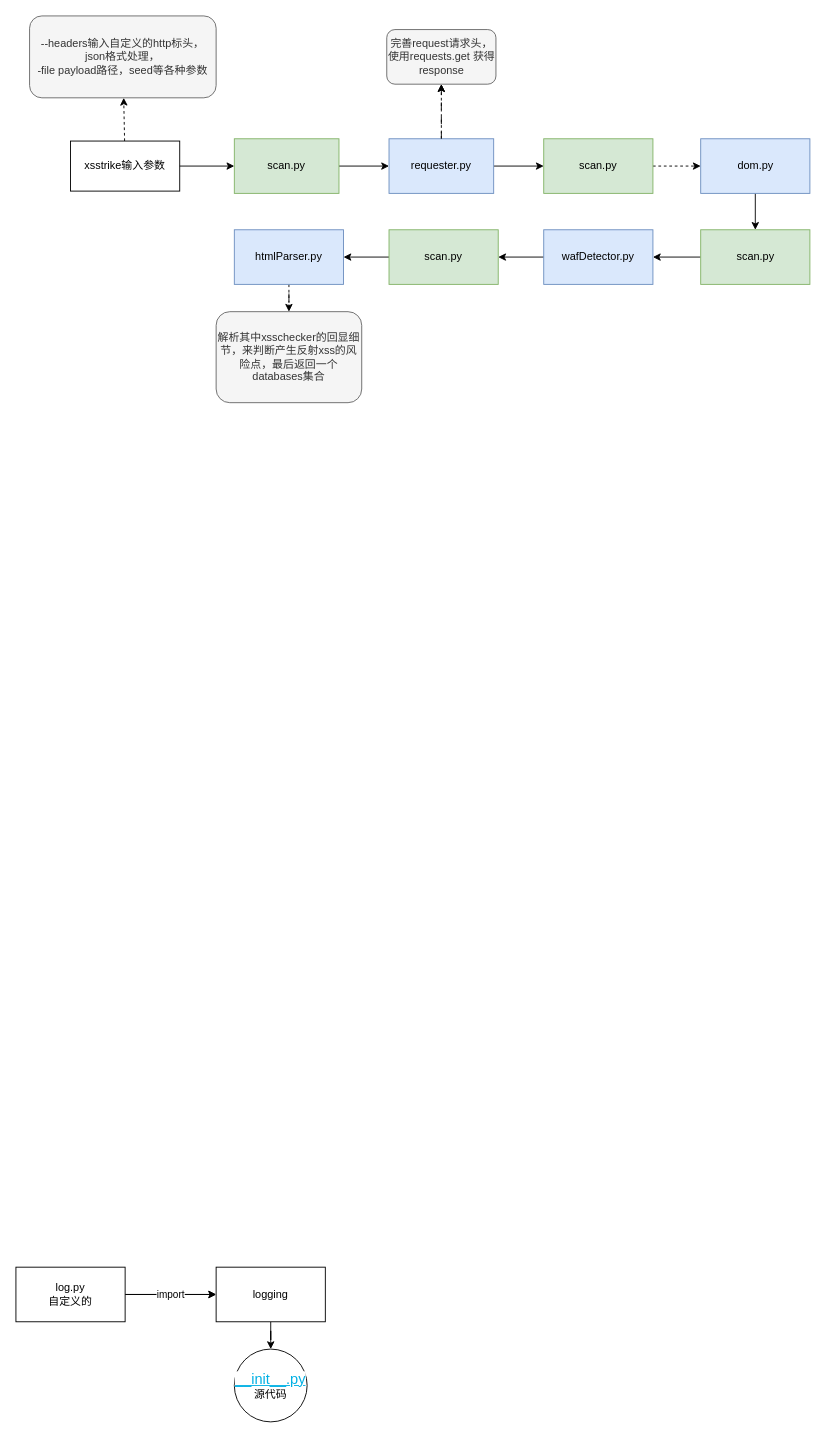
This is page "第 1 页" (1 of 2) of xsstrike 反射xss流程.drawio from chenyk320/work, a draw.io file, before an edit. Source tidied: cells renumbered, new cells numbered last; positions are measured from the earlier drawing's top-left corner, leaving out a move shared by most shapes. Both pictures are drawn from the tidied source at 91%, with x=0, y=0 at pixel (15, 15).
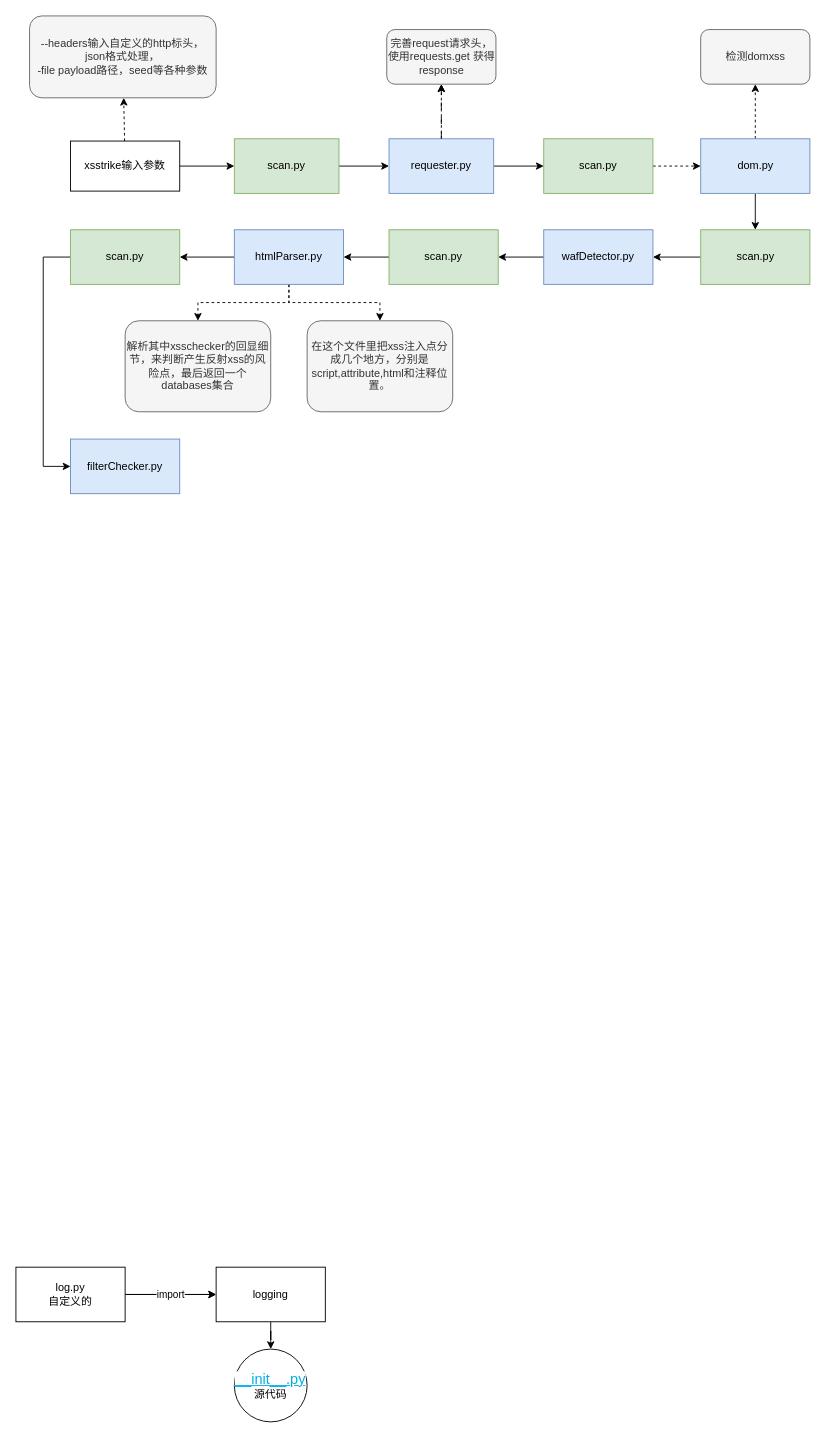
Above is the later version.

Commit message:
更新xsstrike 反射xss流程.drawio

Unchanged cells that the change refers to:
```xml
<mxCell id="24" value="dom.py" style="whiteSpace=wrap;html=1;rounded=0;fillColor=#dae8fc;strokeColor=#6c8ebf;" parent="1" vertex="1">
  <mxGeometry x="752.5" y="135" width="120" height="60" as="geometry" />
</mxCell>
<mxCell id="32" value="htmlParser.py" style="whiteSpace=wrap;html=1;fillColor=#dae8fc;strokeColor=#6c8ebf;rounded=0;" parent="1" vertex="1">
  <mxGeometry x="240" y="235" width="120" height="60" as="geometry" />
</mxCell>
```

Diff of the diagram source:
```diff
@@
+    <mxCell id="34" style="edgeStyle=orthogonalEdgeStyle;rounded=0;jettySize=auto;html=1;exitX=0.5;exitY=0;exitDx=0;exitDy=0;entryX=0.5;entryY=1;entryDx=0;entryDy=0;dashed=1;" parent="1" edge="1" source="24" target="41">
+      <mxGeometry relative="1" as="geometry" />
+    </mxCell>
@@
+    <mxCell id="35" style="edgeStyle=orthogonalEdgeStyle;rounded=0;jettySize=auto;html=1;exitX=0.5;exitY=1;exitDx=0;exitDy=0;dashed=1;" parent="1" edge="1" source="32" target="37">
+      <mxGeometry relative="1" as="geometry" />
+    </mxCell>
+    <mxCell id="36" style="edgeStyle=orthogonalEdgeStyle;rounded=0;jettySize=auto;html=1;" parent="1" edge="1" source="32" target="39">
+      <mxGeometry relative="1" as="geometry" />
+    </mxCell>
@@
     <mxCell id="33" value="解析其中xsschecker的回显细节，来判断产生反射xss的风险点，最后返回一个databases集合" style="whiteSpace=wrap;html=1;fillColor=#f5f5f5;strokeColor=#666666;rounded=1;fontColor=#333333;" parent="1" vertex="1">
-      <mxGeometry x="220" y="325" width="160" height="100" as="geometry" />
+      <mxGeometry x="120" y="335" width="160" height="100" as="geometry" />
     </mxCell>
+    <mxCell id="37" value="在这个文件里把xss注入点分成几个地方，分别是script,attribute,html和注释位置。" style="whiteSpace=wrap;html=1;fillColor=#f5f5f5;strokeColor=#666666;rounded=1;fontColor=#333333;" parent="1" vertex="1">
+      <mxGeometry x="320" y="335" width="160" height="100" as="geometry" />
+    </mxCell>
+    <mxCell id="38" style="edgeStyle=orthogonalEdgeStyle;rounded=0;jettySize=auto;html=1;entryX=0;entryY=0.5;entryDx=0;entryDy=0;" parent="1" edge="1" source="39" target="40">
+      <mxGeometry relative="1" as="geometry">
+        <Array as="points">
+          <mxPoint x="30" y="265" />
+          <mxPoint x="30" y="495" />
+        </Array>
+      </mxGeometry>
+    </mxCell>
+    <mxCell id="39" value="scan.py" style="whiteSpace=wrap;html=1;fillColor=#d5e8d4;strokeColor=#82b366;rounded=0;" parent="1" vertex="1">
+      <mxGeometry x="60" y="235" width="120" height="60" as="geometry" />
+    </mxCell>
+    <mxCell id="40" value="filterChecker.py" style="whiteSpace=wrap;html=1;fillColor=#dae8fc;strokeColor=#6c8ebf;rounded=0;" parent="1" vertex="1">
+      <mxGeometry x="60" y="465" width="120" height="60" as="geometry" />
+    </mxCell>
+    <mxCell id="41" value="检测domxss" style="whiteSpace=wrap;html=1;fillColor=#f5f5f5;strokeColor=#666666;rounded=1;fontColor=#333333;" parent="1" vertex="1">
+      <mxGeometry x="752.5" y="15" width="120" height="60" as="geometry" />
+    </mxCell>
```
